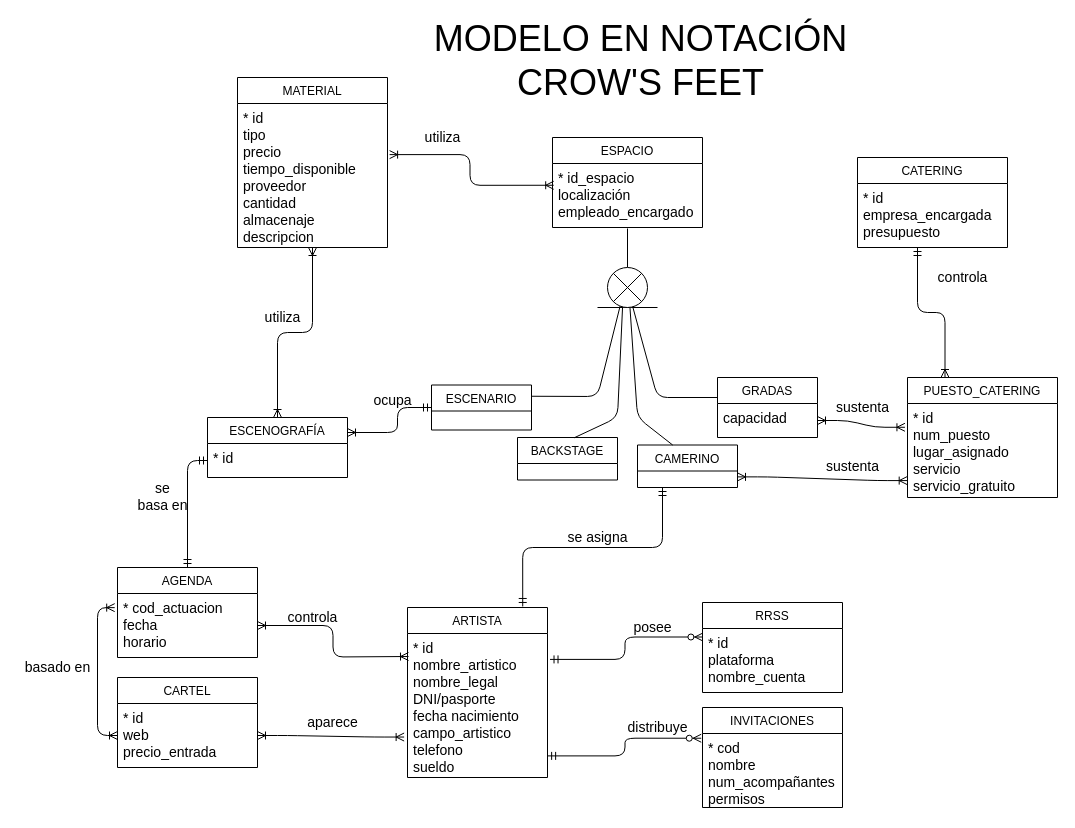
The draw.io diagram Modelo físico/Crows_feet.drawio in mariaalamocedillo/Quevedofest, before the edit. Source tidied: cells renumbered, new cells numbered last; positions are measured from the earlier drawing's top-left corner, leaving out a move shared by most shapes. Both pictures are drawn from the tidied source at 100%, with x=0, y=0 at pixel (17, 17).
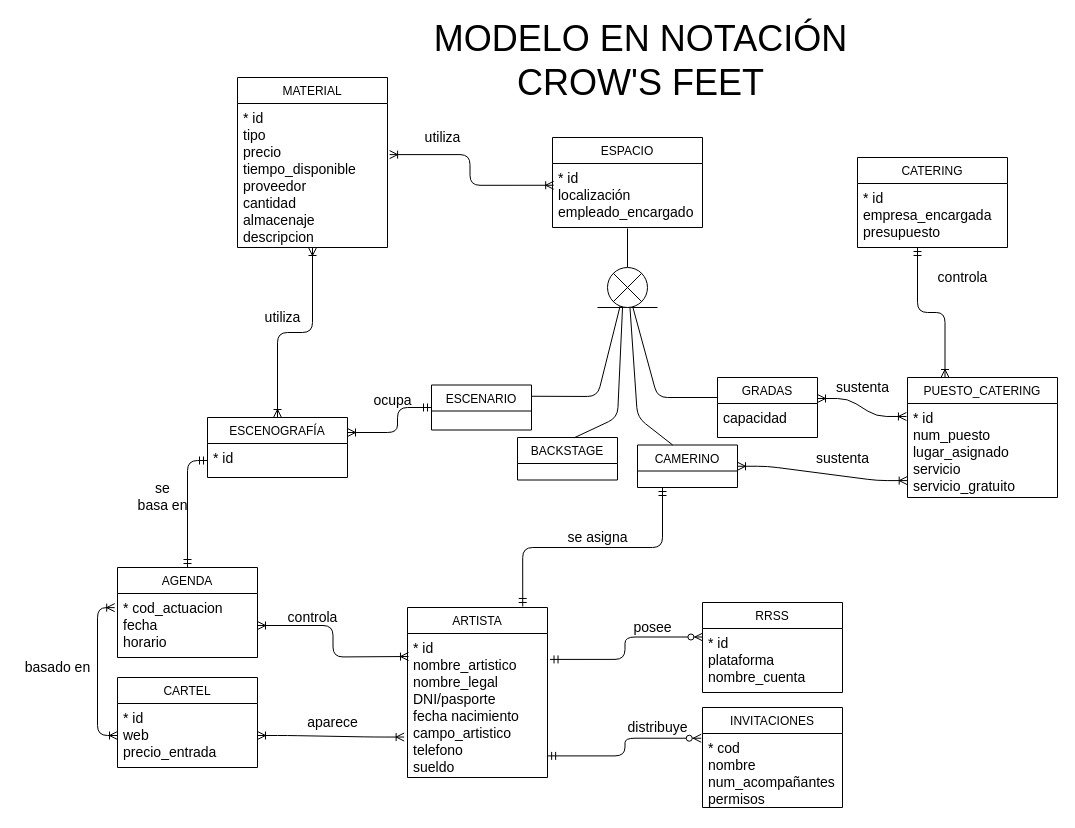
After the change.

Unchanged cells that the change refers to:
```xml
<mxCell id="19" value="ESPACIO" style="swimlane;fontStyle=0;horizontal=1;startSize=26;fillColor=none;" parent="1" vertex="1">
  <mxGeometry x="535" y="120" width="150" height="90" as="geometry" />
</mxCell>
<mxCell id="35" value="* id&#10;num_puesto&#10;lugar_asignado&#10;servicio&#10;servicio_gratuito&#10;" style="text;strokeColor=none;fillColor=none;align=left;verticalAlign=top;spacingLeft=4;spacingRight=4;overflow=hidden;points=[[0,0.5],[1,0.5]];portConstraint=eastwest;fontSize=14;" parent="34" vertex="1">
  <mxGeometry y="26" width="150" height="94" as="geometry" />
</mxCell>
<mxCell id="40" value="CAMERINO" style="swimlane;fontStyle=0;horizontal=1;startSize=26;fillColor=none;" parent="1" vertex="1">
  <mxGeometry x="620" y="427.5" width="100" height="42.5" as="geometry" />
</mxCell>
<mxCell id="43" value="capacidad" style="text;strokeColor=none;fillColor=none;align=left;verticalAlign=top;spacingLeft=4;spacingRight=4;overflow=hidden;points=[[0,0.5],[1,0.5]];portConstraint=eastwest;fontSize=14;" parent="42" vertex="1">
  <mxGeometry y="26" width="100" height="34" as="geometry" />
</mxCell>
```

The edit, as a diff of the source:
```diff
@@
-    <mxCell id="20" value="* id_espacio&#10;localización&#10;empleado_encargado " style="text;strokeColor=none;fillColor=none;align=left;verticalAlign=top;spacingLeft=4;spacingRight=4;overflow=hidden;points=[[0,0.5],[1,0.5]];portConstraint=eastwest;fontSize=14;" parent="19" vertex="1">
+    <mxCell id="20" value="* id&#10;localización&#10;empleado_encargado " style="text;strokeColor=none;fillColor=none;align=left;verticalAlign=top;spacingLeft=4;spacingRight=4;overflow=hidden;points=[[0,0.5],[1,0.5]];portConstraint=eastwest;fontSize=14;" parent="19" vertex="1">
       <mxGeometry y="26" width="150" height="64" as="geometry" />
     </mxCell>
@@
-    <mxCell id="31" style="edgeStyle=entityRelationEdgeStyle;fontSize=12;html=1;endArrow=ERoneToMany;startArrow=ERoneToMany;entryX=-0.017;entryY=0.253;entryDx=0;entryDy=0;exitX=1;exitY=0.5;exitDx=0;exitDy=0;entryPerimeter=0;" parent="1" edge="1" source="43" target="35">
+    <mxCell id="31" style="edgeStyle=entityRelationEdgeStyle;fontSize=12;html=1;endArrow=ERoneToMany;startArrow=ERoneToMany;entryX=-0.007;entryY=0.138;entryDx=0;entryDy=0;exitX=1;exitY=-0.147;exitDx=0;exitDy=0;entryPerimeter=0;exitPerimeter=0;" parent="1" edge="1" source="43" target="35">
       <mxGeometry relative="1" as="geometry" />
     </mxCell>
@@
     <mxCell id="38" value="sustenta" style="text;html=1;align=center;verticalAlign=middle;strokeColor=none;fontSize=14;" parent="1" vertex="1">
-      <mxGeometry x="810" y="380" width="70" height="20" as="geometry" />
+      <mxGeometry x="810" y="360" width="70" height="20" as="geometry" />
     </mxCell>
@@
-    <mxCell id="44" style="edgeStyle=entityRelationEdgeStyle;fontSize=12;html=1;endArrow=ERoneToMany;startArrow=ERoneToMany;entryX=-0.002;entryY=0.82;entryDx=0;entryDy=0;exitX=1;exitY=0.75;exitDx=0;exitDy=0;entryPerimeter=0;" parent="1" edge="1" source="40" target="35">
+    <mxCell id="44" style="edgeStyle=entityRelationEdgeStyle;fontSize=12;html=1;endArrow=ERoneToMany;startArrow=ERoneToMany;entryX=-0.002;entryY=0.82;entryDx=0;entryDy=0;exitX=1;exitY=0.5;exitDx=0;exitDy=0;entryPerimeter=0;" parent="1" edge="1" source="40" target="35">
       <mxGeometry relative="1" as="geometry" />
     </mxCell>
     <mxCell id="45" value="sustenta" style="text;html=1;align=center;verticalAlign=middle;strokeColor=none;fontSize=14;" parent="1" vertex="1">
-      <mxGeometry x="800" y="438.8" width="70" height="20" as="geometry" />
+      <mxGeometry x="790" y="431.2" width="70" height="20" as="geometry" />
     </mxCell>
```
